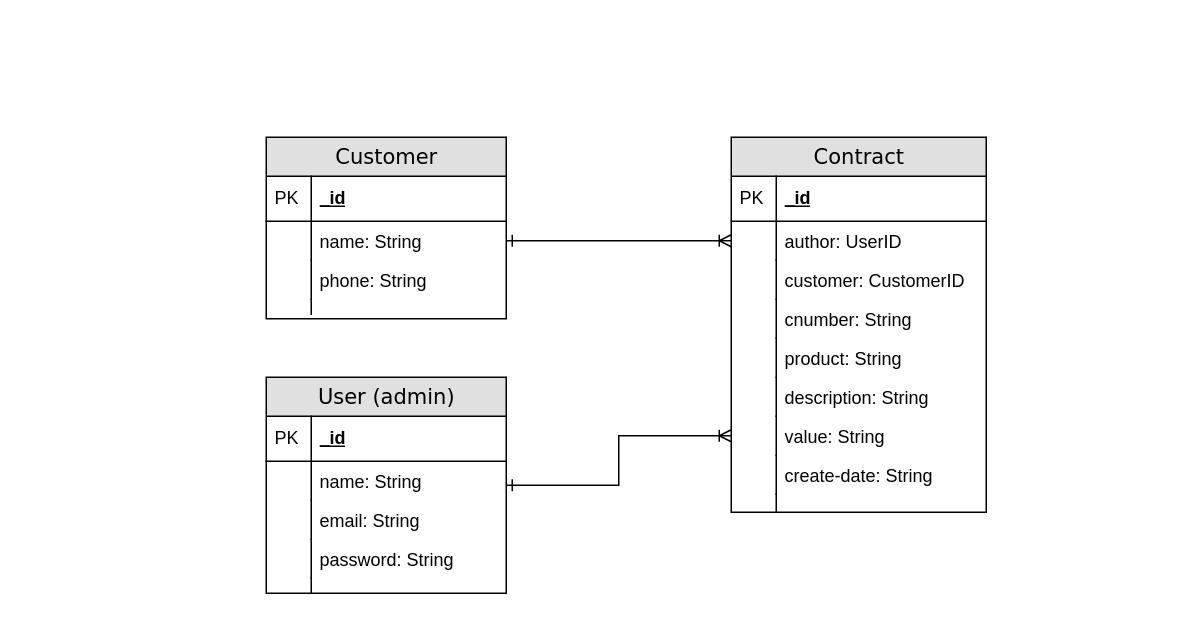
Earlier version of the draw.io diagram Entity relationship Diagram.drawio (nhuttuan239/PawnApp-be). Source tidied: cells renumbered, new cells numbered last; positions are measured from the earlier drawing's top-left corner, leaving out a move shared by most shapes. Both pictures are drawn from the tidied source at 150%, with x=0, y=0 at pixel (266, 136).
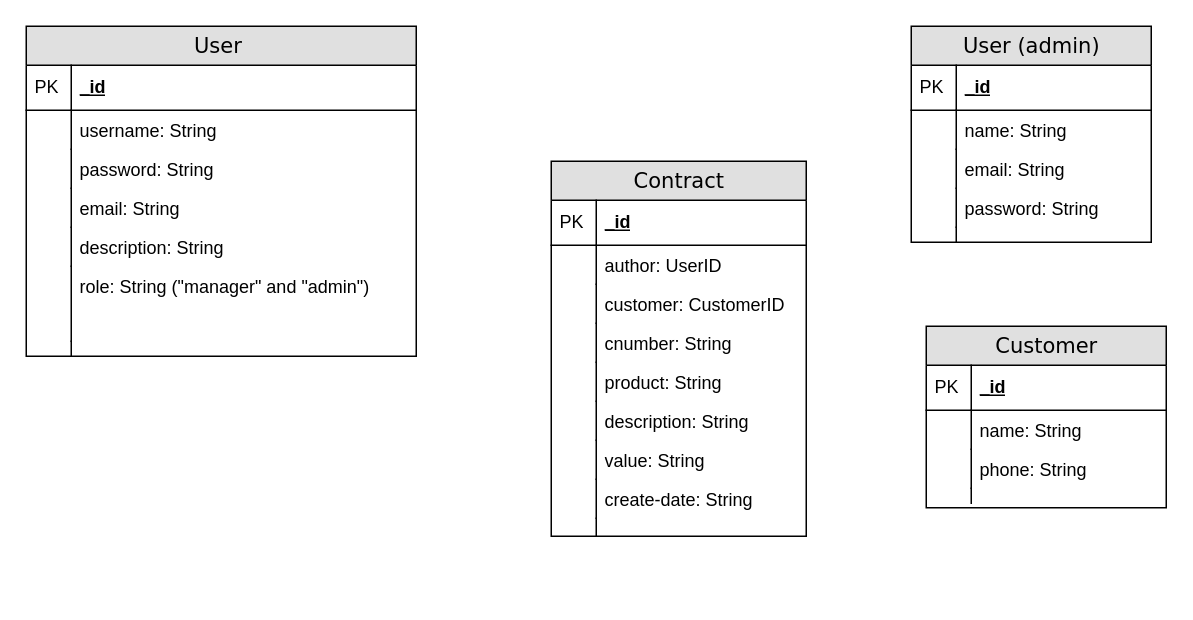
After the change.

Commit message:
Entity relationship Diagram1.drawio

The change refers to these unchanged cells:
```xml
<mxCell id="5" value="author: UserID" style="shape=partialRectangle;top=0;left=0;right=0;bottom=0;html=1;align=left;verticalAlign=top;fillColor=none;spacingLeft=34;spacingRight=4;whiteSpace=wrap;overflow=hidden;points=[[0,0.5],[1,0.5]];portConstraint=eastwest;" parent="2" vertex="1">
  <mxGeometry y="56" width="170" height="26" as="geometry" />
</mxCell>
<mxCell id="15" value="value: String" style="shape=partialRectangle;top=0;left=0;right=0;bottom=0;html=1;align=left;verticalAlign=top;fillColor=none;spacingLeft=34;spacingRight=4;whiteSpace=wrap;overflow=hidden;points=[[0,0.5],[1,0.5]];portConstraint=eastwest;" parent="2" vertex="1">
  <mxGeometry y="186" width="170" height="26" as="geometry" />
</mxCell>
<mxCell id="36" value="name: String" style="shape=partialRectangle;top=0;left=0;right=0;bottom=0;html=1;align=left;verticalAlign=top;fillColor=none;spacingLeft=34;spacingRight=4;whiteSpace=wrap;overflow=hidden;points=[[0,0.5],[1,0.5]];portConstraint=eastwest;" parent="33" vertex="1">
  <mxGeometry y="56" width="160" height="26" as="geometry" />
</mxCell>
```

What changed in the source:
```diff
@@
     <mxCell id="2" value="Contract" style="swimlane;html=1;fontStyle=0;horizontal=1;startSize=26;fillColor=#e0e0e0;swimlaneFillColor=#ffffff;align=center;rounded=0;shadow=0;comic=0;labelBackgroundColor=none;strokeWidth=1;fontFamily=Verdana;fontSize=14;swimlaneLine=1;" parent="1" vertex="1">
-      <mxGeometry x="310" width="170" height="250" as="geometry" />
+      <mxGeometry x="190" y="16" width="170" height="250" as="geometry" />
     </mxCell>
@@
-    <mxCell id="21" style="edgeStyle=orthogonalEdgeStyle;rounded=0;jettySize=auto;html=1;entryX=0;entryY=0.5;entryDx=0;entryDy=0;endArrow=ERoneToMany;endFill=0;startArrow=ERone;startFill=0;" parent="1" edge="1" source="22" target="15">
-      <mxGeometry relative="1" as="geometry" />
-    </mxCell>
-    <mxCell id="22" value="User (admin)" style="swimlane;html=1;fontStyle=0;horizontal=1;startSize=26;fillColor=#e0e0e0;swimlaneFillColor=#ffffff;align=center;rounded=0;shadow=0;comic=0;labelBackgroundColor=none;strokeWidth=1;fontFamily=Verdana;fontSize=14;" parent="1" vertex="1">
-      <mxGeometry y="160" width="160" height="144" as="geometry" />
+    <mxCell id="22" value="User&amp;nbsp;" style="swimlane;html=1;fontStyle=0;horizontal=1;startSize=26;fillColor=#e0e0e0;swimlaneFillColor=#ffffff;align=center;rounded=0;shadow=0;comic=0;labelBackgroundColor=none;strokeWidth=1;fontFamily=Verdana;fontSize=14;" parent="1" vertex="1">
+      <mxGeometry x="-160" y="-74" width="260" height="220" as="geometry" />
     </mxCell>
     <mxCell id="23" value="_id" style="shape=partialRectangle;top=0;left=0;right=0;bottom=1;html=1;align=left;verticalAlign=middle;fillColor=none;spacingLeft=34;spacingRight=4;whiteSpace=wrap;overflow=hidden;fontStyle=5;" parent="22" vertex="1">
-      <mxGeometry y="26" width="160" height="30" as="geometry" />
+      <mxGeometry y="26" width="260" height="30" as="geometry" />
     </mxCell>
@@
-    <mxCell id="25" value="name: String" style="shape=partialRectangle;top=0;left=0;right=0;bottom=0;html=1;align=left;verticalAlign=top;fillColor=none;spacingLeft=34;spacingRight=4;whiteSpace=wrap;overflow=hidden;" parent="22" vertex="1">
-      <mxGeometry y="56" width="160" height="26" as="geometry" />
+    <mxCell id="25" value="username: String" style="shape=partialRectangle;top=0;left=0;right=0;bottom=0;html=1;align=left;verticalAlign=top;fillColor=none;spacingLeft=34;spacingRight=4;whiteSpace=wrap;overflow=hidden;" parent="22" vertex="1">
+      <mxGeometry y="56" width="260" height="26" as="geometry" />
     </mxCell>
@@
+    <mxCell id="43" value="password: String" style="shape=partialRectangle;top=0;left=0;right=0;bottom=0;html=1;align=left;verticalAlign=top;fillColor=none;spacingLeft=34;spacingRight=4;whiteSpace=wrap;overflow=hidden;" parent="22" vertex="1">
+      <mxGeometry y="82" width="260" height="26" as="geometry" />
+    </mxCell>
+    <mxCell id="44" style="shape=partialRectangle;top=0;left=0;bottom=0;html=1;fillColor=none;align=left;verticalAlign=top;spacingLeft=4;spacingRight=4;whiteSpace=wrap;overflow=hidden;" parent="43" vertex="1">
+      <mxGeometry width="30" height="26" as="geometry" />
+    </mxCell>
     <mxCell id="27" value="email: String" style="shape=partialRectangle;top=0;left=0;right=0;bottom=0;html=1;align=left;verticalAlign=top;fillColor=none;spacingLeft=34;spacingRight=4;whiteSpace=wrap;overflow=hidden;" parent="22" vertex="1">
-      <mxGeometry y="82" width="160" height="26" as="geometry" />
+      <mxGeometry y="108" width="260" height="26" as="geometry" />
     </mxCell>
@@
-    <mxCell id="29" value="password: String" style="shape=partialRectangle;top=0;left=0;right=0;bottom=0;html=1;align=left;verticalAlign=top;fillColor=none;spacingLeft=34;spacingRight=4;whiteSpace=wrap;overflow=hidden;" parent="22" vertex="1">
-      <mxGeometry y="108" width="160" height="26" as="geometry" />
+    <mxCell id="29" value="description: String" style="shape=partialRectangle;top=0;left=0;right=0;bottom=0;html=1;align=left;verticalAlign=top;fillColor=none;spacingLeft=34;spacingRight=4;whiteSpace=wrap;overflow=hidden;" parent="22" vertex="1">
+      <mxGeometry y="134" width="260" height="26" as="geometry" />
     </mxCell>
@@
+    <mxCell id="45" value="role: String (&quot;manager&quot; and &quot;admin&quot;)" style="shape=partialRectangle;top=0;left=0;right=0;bottom=0;html=1;align=left;verticalAlign=top;fillColor=none;spacingLeft=34;spacingRight=4;whiteSpace=wrap;overflow=hidden;" parent="22" vertex="1">
+      <mxGeometry y="160" width="260" height="50" as="geometry" />
+    </mxCell>
+    <mxCell id="46" style="shape=partialRectangle;top=0;left=0;bottom=0;html=1;fillColor=none;align=left;verticalAlign=top;spacingLeft=4;spacingRight=4;whiteSpace=wrap;overflow=hidden;" parent="45" vertex="1">
+      <mxGeometry width="30" height="50" as="geometry" />
+    </mxCell>
     <mxCell id="31" style="shape=partialRectangle;top=0;left=0;right=0;bottom=0;html=1;align=left;verticalAlign=top;fillColor=none;spacingLeft=34;spacingRight=4;whiteSpace=wrap;overflow=hidden;" parent="22" vertex="1">
-      <mxGeometry y="134" width="160" height="10" as="geometry" />
+      <mxGeometry y="210" width="260" height="10" as="geometry" />
     </mxCell>
@@
     <mxCell id="33" value="Customer" style="swimlane;html=1;fontStyle=0;horizontal=1;startSize=26;fillColor=#e0e0e0;swimlaneFillColor=#ffffff;align=center;rounded=0;shadow=0;comic=0;labelBackgroundColor=none;strokeWidth=1;fontFamily=Verdana;fontSize=14;" parent="1" vertex="1">
-      <mxGeometry width="160" height="121" as="geometry" />
+      <mxGeometry x="440" y="126" width="160" height="121" as="geometry" />
     </mxCell>
@@
-    <mxCell id="42" style="edgeStyle=orthogonalEdgeStyle;rounded=0;jettySize=auto;html=1;exitX=1;exitY=0.5;exitDx=0;exitDy=0;entryX=0;entryY=0.5;entryDx=0;entryDy=0;endArrow=ERoneToMany;endFill=0;startArrow=ERone;startFill=0;" parent="1" edge="1" source="36" target="5">
-      <mxGeometry relative="1" as="geometry" />
-    </mxCell>
+    <mxCell id="47" value="User (admin)" style="swimlane;html=1;fontStyle=0;horizontal=1;startSize=26;fillColor=#e0e0e0;swimlaneFillColor=#ffffff;align=center;rounded=0;shadow=0;comic=0;labelBackgroundColor=none;strokeWidth=1;fontFamily=Verdana;fontSize=14;" parent="1" vertex="1">
+      <mxGeometry x="430" y="-74" width="160" height="144" as="geometry" />
+    </mxCell>
+    <mxCell id="48" value="_id" style="shape=partialRectangle;top=0;left=0;right=0;bottom=1;html=1;align=left;verticalAlign=middle;fillColor=none;spacingLeft=34;spacingRight=4;whiteSpace=wrap;overflow=hidden;fontStyle=5;" parent="47" vertex="1">
+      <mxGeometry y="26" width="160" height="30" as="geometry" />
+    </mxCell>
+    <mxCell id="49" value="PK" style="shape=partialRectangle;top=0;left=0;bottom=0;html=1;fillColor=none;align=left;verticalAlign=middle;spacingLeft=4;spacingRight=4;whiteSpace=wrap;overflow=hidden;" parent="48" vertex="1">
+      <mxGeometry width="30" height="30" as="geometry" />
+    </mxCell>
+    <mxCell id="50" value="name: String" style="shape=partialRectangle;top=0;left=0;right=0;bottom=0;html=1;align=left;verticalAlign=top;fillColor=none;spacingLeft=34;spacingRight=4;whiteSpace=wrap;overflow=hidden;" parent="47" vertex="1">
+      <mxGeometry y="56" width="160" height="26" as="geometry" />
+    </mxCell>
+    <mxCell id="51" style="shape=partialRectangle;top=0;left=0;bottom=0;html=1;fillColor=none;align=left;verticalAlign=top;spacingLeft=4;spacingRight=4;whiteSpace=wrap;overflow=hidden;" parent="50" vertex="1">
+      <mxGeometry width="30" height="26" as="geometry" />
+    </mxCell>
+    <mxCell id="52" value="email: String" style="shape=partialRectangle;top=0;left=0;right=0;bottom=0;html=1;align=left;verticalAlign=top;fillColor=none;spacingLeft=34;spacingRight=4;whiteSpace=wrap;overflow=hidden;" parent="47" vertex="1">
+      <mxGeometry y="82" width="160" height="26" as="geometry" />
+    </mxCell>
+    <mxCell id="53" style="shape=partialRectangle;top=0;left=0;bottom=0;html=1;fillColor=none;align=left;verticalAlign=top;spacingLeft=4;spacingRight=4;whiteSpace=wrap;overflow=hidden;" parent="52" vertex="1">
+      <mxGeometry width="30" height="26" as="geometry" />
+    </mxCell>
+    <mxCell id="54" value="password: String" style="shape=partialRectangle;top=0;left=0;right=0;bottom=0;html=1;align=left;verticalAlign=top;fillColor=none;spacingLeft=34;spacingRight=4;whiteSpace=wrap;overflow=hidden;" parent="47" vertex="1">
+      <mxGeometry y="108" width="160" height="26" as="geometry" />
+    </mxCell>
+    <mxCell id="55" style="shape=partialRectangle;top=0;left=0;bottom=0;html=1;fillColor=none;align=left;verticalAlign=top;spacingLeft=4;spacingRight=4;whiteSpace=wrap;overflow=hidden;" parent="54" vertex="1">
+      <mxGeometry width="30" height="26" as="geometry" />
+    </mxCell>
+    <mxCell id="56" style="shape=partialRectangle;top=0;left=0;right=0;bottom=0;html=1;align=left;verticalAlign=top;fillColor=none;spacingLeft=34;spacingRight=4;whiteSpace=wrap;overflow=hidden;" parent="47" vertex="1">
+      <mxGeometry y="134" width="160" height="10" as="geometry" />
+    </mxCell>
+    <mxCell id="57" style="shape=partialRectangle;top=0;left=0;bottom=0;html=1;fillColor=none;align=left;verticalAlign=top;spacingLeft=4;spacingRight=4;whiteSpace=wrap;overflow=hidden;" parent="56" vertex="1">
+      <mxGeometry width="30" height="10" as="geometry" />
+    </mxCell>
```
